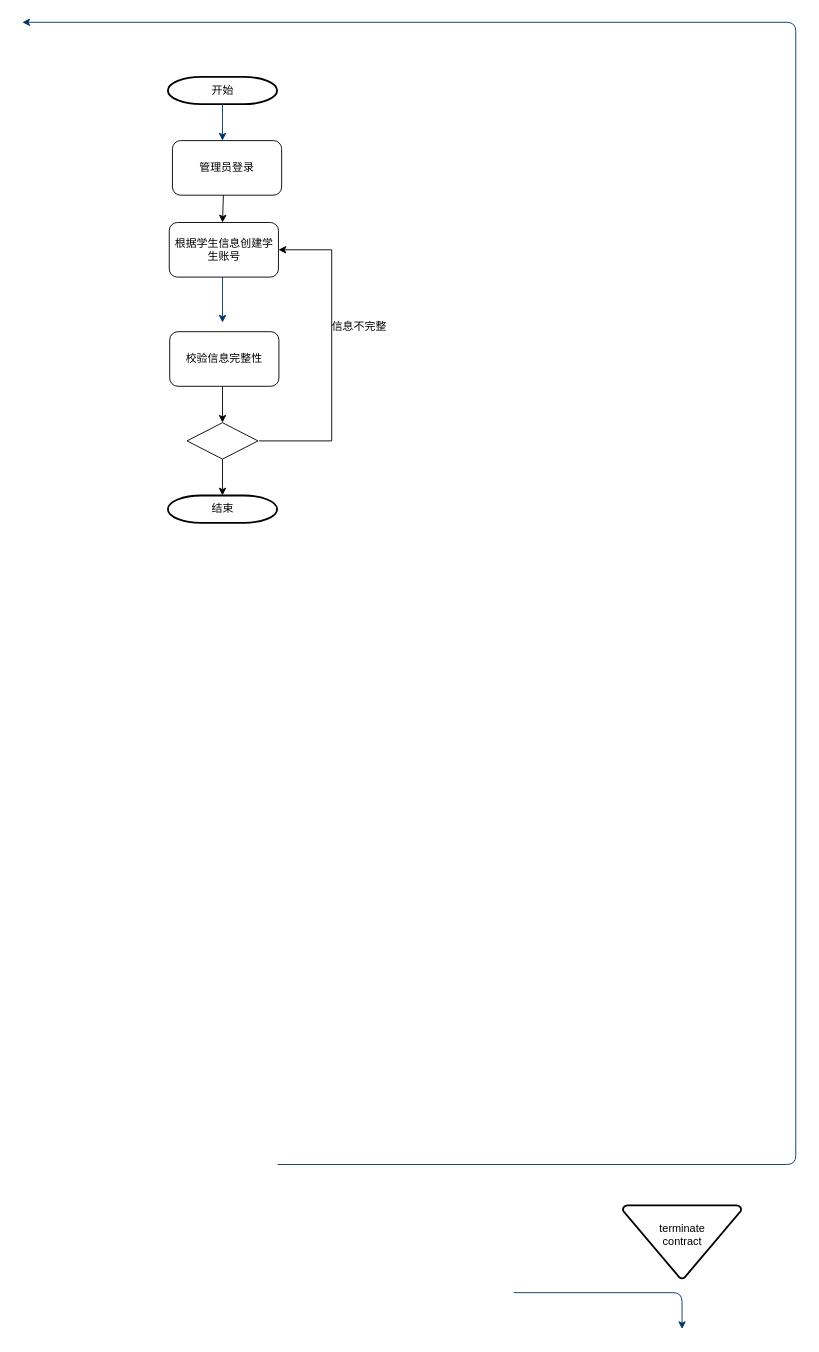
GrandeLai/StudentManagerUML keeps this draw.io diagram as 创建学生账户用例.drawio. Above is the earlier version. Source tidied: cells renumbered, new cells numbered last; positions are measured from the earlier drawing's top-left corner, leaving out a move shared by most shapes. Both pictures are drawn from the tidied source at 91%, with x=0, y=0 at pixel (22, 22).
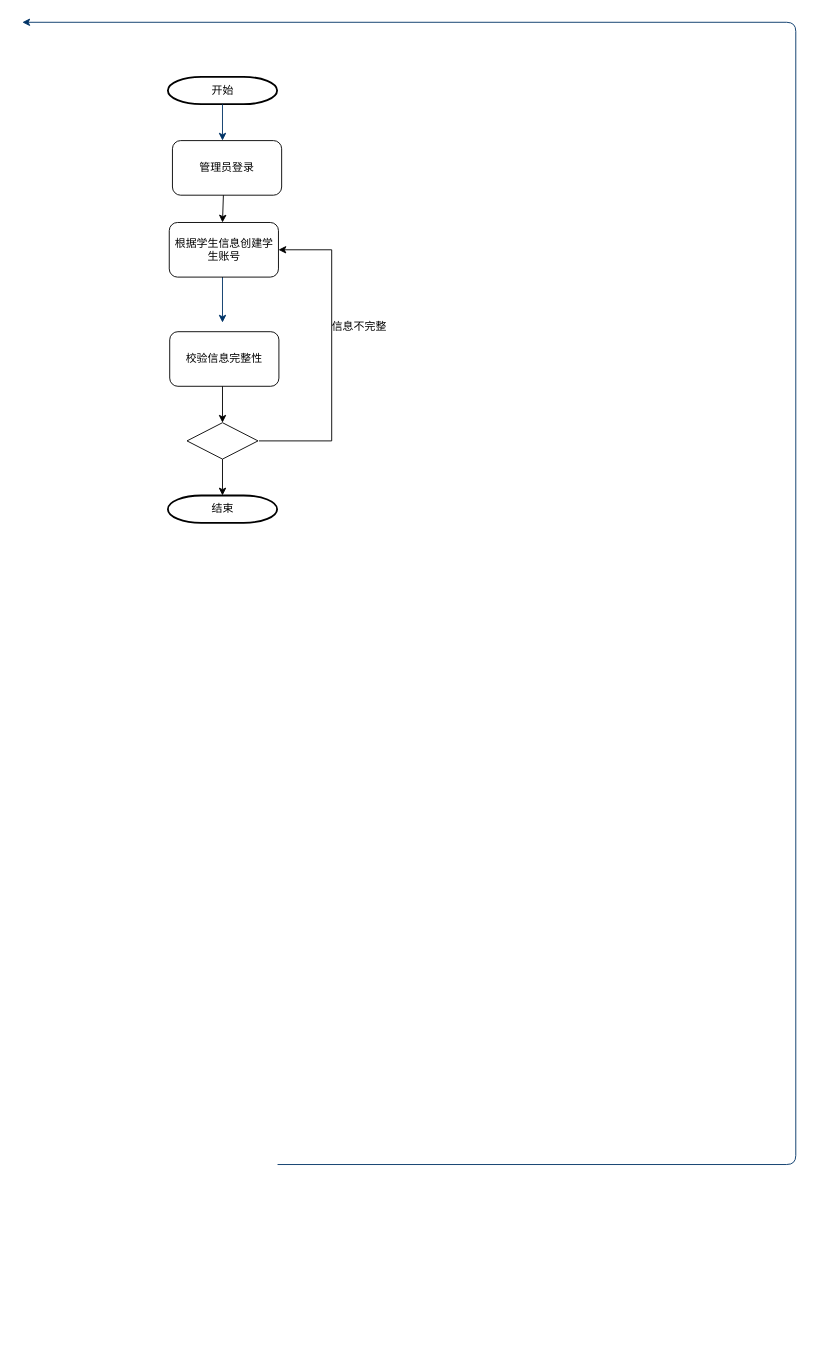
Above is the later version.

Commit message:
更新创建学生账户用例.drawio

Diff of the diagram source:
```diff
@@
-    <mxCell id="5" value="terminate&#10;contract&#10;" style="shape=mxgraph.flowchart.merge_or_storage;strokeWidth=2;gradientColor=none;gradientDirection=north;fontStyle=0;html=1;" parent="1" vertex="1">
-      <mxGeometry x="660" y="1300" width="130" height="80.5" as="geometry" />
-    </mxCell>
-    <mxCell id="6" style="edgeStyle=elbowEdgeStyle;elbow=vertical;exitX=1;exitY=0.5;exitPerimeter=0;entryX=0.5;entryY=0;entryPerimeter=0;fontStyle=1;strokeColor=#003366;strokeWidth=1;html=1;" parent="1" edge="1">
-      <mxGeometry as="geometry">
-        <mxPoint x="540" y="1396" as="sourcePoint" />
-        <mxPoint x="725" y="1436" as="targetPoint" />
-        <Array as="points">
-          <mxPoint x="640" y="1396" />
-        </Array>
-      </mxGeometry>
-    </mxCell>
```
